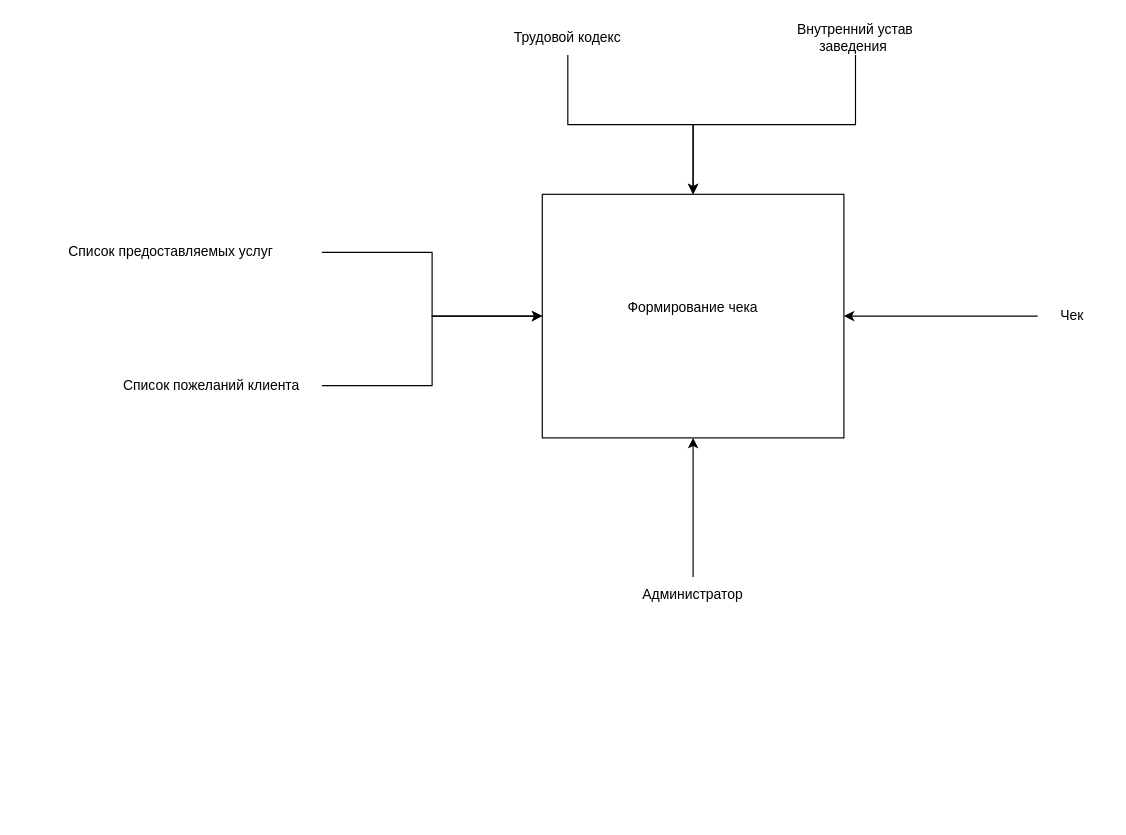
The draw.io diagram Диаграмма без названия.drawio in Fidjanis/NAdo, before the edit. Source tidied: cells renumbered, new cells numbered last; positions are measured from the earlier drawing's top-left corner, leaving out a move shared by most shapes. Both pictures are drawn from the tidied source at 116%, with x=0, y=0 at pixel (20, 20).
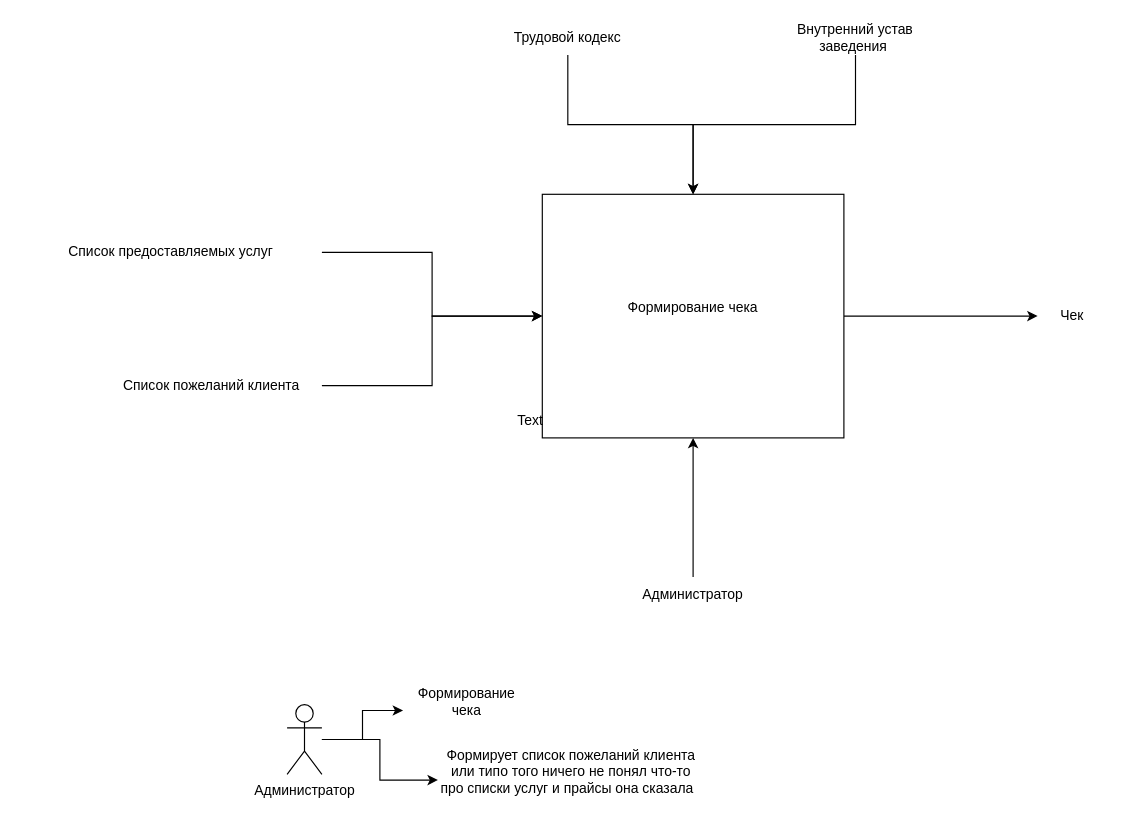
The same page after the edit.

Unchanged cells that the change refers to:
```xml
<mxCell id="2" value="Формирование чека&lt;div&gt;&lt;br&gt;&lt;/div&gt;" style="rounded=0;whiteSpace=wrap;html=1;" parent="1" vertex="1">
  <mxGeometry x="450" y="150" width="260" height="210" as="geometry" />
</mxCell>
<mxCell id="6" value="Чек" style="text;html=1;align=center;verticalAlign=middle;whiteSpace=wrap;rounded=0;" parent="1" vertex="1">
  <mxGeometry x="877" y="240" width="60" height="30" as="geometry" />
</mxCell>
```

The edit, as a diff of the source:
```diff
@@
+    <mxCell id="15" style="edgeStyle=orthogonalEdgeStyle;rounded=0;jettySize=auto;html=1;" parent="1" edge="1" source="2" target="6">
+      <mxGeometry relative="1" as="geometry" />
+    </mxCell>
@@
-    <mxCell id="5" style="edgeStyle=orthogonalEdgeStyle;rounded=0;jettySize=auto;html=1;" parent="1" edge="1" source="6" target="2">
-      <mxGeometry relative="1" as="geometry" />
-    </mxCell>
@@
+    <mxCell id="16" style="edgeStyle=orthogonalEdgeStyle;rounded=0;jettySize=auto;html=1;" parent="1" edge="1" source="18" target="19">
+      <mxGeometry relative="1" as="geometry" />
+    </mxCell>
+    <mxCell id="17" style="edgeStyle=orthogonalEdgeStyle;rounded=0;jettySize=auto;html=1;" parent="1" edge="1" source="18" target="21">
+      <mxGeometry relative="1" as="geometry" />
+    </mxCell>
+    <mxCell id="18" value="Администратор&lt;div&gt;&lt;br&gt;&lt;/div&gt;" style="shape=umlActor;verticalLabelPosition=bottom;verticalAlign=top;html=1;outlineConnect=0;" parent="1" vertex="1">
+      <mxGeometry x="230" y="590" width="30" height="60" as="geometry" />
+    </mxCell>
+    <mxCell id="19" value="Формирование чека&lt;div&gt;&lt;br&gt;&lt;/div&gt;" style="text;html=1;align=center;verticalAlign=middle;whiteSpace=wrap;rounded=0;" parent="1" vertex="1">
+      <mxGeometry x="330" y="580" width="110" height="30" as="geometry" />
+    </mxCell>
+    <mxCell id="20" value="Text" style="text;html=1;align=center;verticalAlign=middle;whiteSpace=wrap;rounded=0;" parent="1" vertex="1">
+      <mxGeometry x="410" y="330" width="60" height="30" as="geometry" />
+    </mxCell>
+    <mxCell id="21" value="Формирует список пожеланий клиента или типо того ничего не понял что-то про списки услуг и прайсы она сказала&amp;nbsp;&amp;nbsp;&lt;div&gt;&lt;br&gt;&lt;/div&gt;" style="text;html=1;align=center;verticalAlign=middle;whiteSpace=wrap;rounded=0;" parent="1" vertex="1">
+      <mxGeometry x="360" y="640" width="230" height="30" as="geometry" />
+    </mxCell>
```
